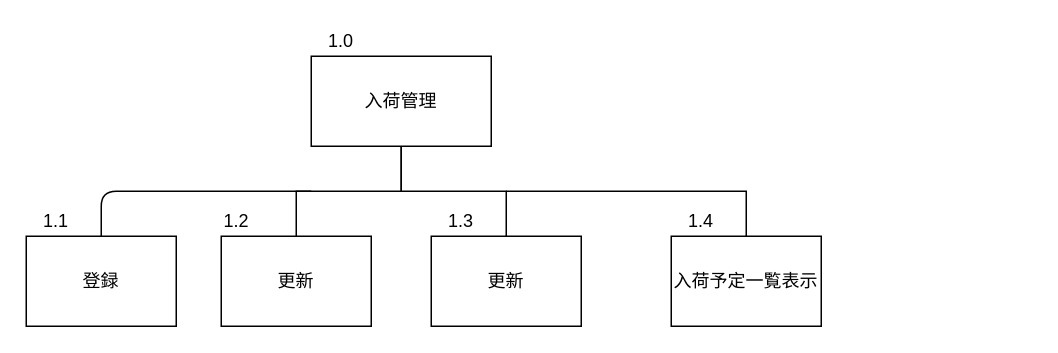
Above: サブシステム構造図/入荷管理.drawio in Yamanin3/system-devel (draw.io), before the change. Source tidied: cells renumbered, new cells numbered last; positions are measured from the earlier drawing's top-left corner, leaving out a move shared by most shapes. Both pictures are drawn from the tidied source at 150%, with x=0, y=0 at pixel (26, 26).
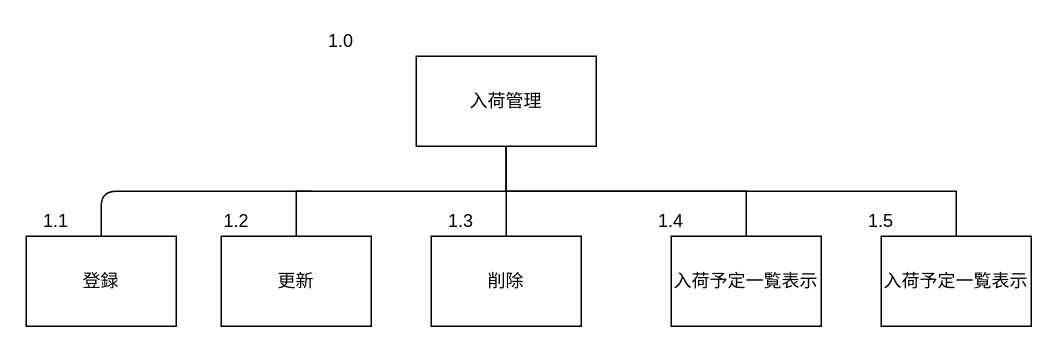
After the change.

Commit message (it also covers changes not shown here):
構造図,IPOの売上と出荷以外を完成

What changed in the source:
```diff
@@
     <mxCell id="2" value="入荷管理" style="whiteSpace=wrap;html=1;align=center;" parent="1" vertex="1">
-      <mxGeometry x="190" y="20" width="120" height="60" as="geometry" />
+      <mxGeometry x="260" y="20" width="120" height="60" as="geometry" />
     </mxCell>
-    <mxCell id="3" value="更新" style="whiteSpace=wrap;html=1;align=center;verticalAlign=middle;" parent="1" vertex="1">
+    <mxCell id="3" value="削除" style="whiteSpace=wrap;html=1;align=center;verticalAlign=middle;" parent="1" vertex="1">
       <mxGeometry x="270" y="140" width="100" height="60" as="geometry" />
     </mxCell>
-    <mxCell id="4" style="edgeStyle=elbowEdgeStyle;elbow=vertical;startArrow=none;endArrow=none;rounded=0;" parent="1" edge="1" target="3">
-      <mxGeometry relative="1" as="geometry">
-        <mxPoint x="250" y="80" as="sourcePoint" />
-      </mxGeometry>
+    <mxCell id="4" style="edgeStyle=elbowEdgeStyle;elbow=vertical;startArrow=none;endArrow=none;rounded=0;exitX=0.5;exitY=1;exitDx=0;exitDy=0;" parent="1" edge="1" source="2" target="3">
+      <mxGeometry relative="1" as="geometry" />
     </mxCell>
@@
     <mxCell id="12" value="1.4" style="text;html=1;strokeColor=none;fillColor=none;align=center;verticalAlign=middle;whiteSpace=wrap;rounded=0;" parent="1" vertex="1">
-      <mxGeometry x="430" y="120" width="40" height="20" as="geometry" />
+      <mxGeometry x="410" y="120" width="40" height="20" as="geometry" />
     </mxCell>
@@
+    <mxCell id="16" value="入荷予定一覧表示" style="whiteSpace=wrap;html=1;align=center;verticalAlign=middle;" parent="1" vertex="1">
+      <mxGeometry x="570" y="140" width="100" height="60" as="geometry" />
+    </mxCell>
+    <mxCell id="17" style="edgeStyle=elbowEdgeStyle;elbow=vertical;startArrow=none;endArrow=none;rounded=0;exitX=0.5;exitY=1;exitDx=0;exitDy=0;entryX=0.5;entryY=0;entryDx=0;entryDy=0;" parent="1" edge="1" source="2" target="16">
+      <mxGeometry relative="1" as="geometry">
+        <Array as="points">
+          <mxPoint x="440" y="110" />
+          <mxPoint x="540" y="105" />
+        </Array>
+      </mxGeometry>
+    </mxCell>
+    <mxCell id="18" value="1.5" style="text;html=1;strokeColor=none;fillColor=none;align=center;verticalAlign=middle;whiteSpace=wrap;rounded=0;" parent="1" vertex="1">
+      <mxGeometry x="550" y="120" width="40" height="20" as="geometry" />
+    </mxCell>
```
